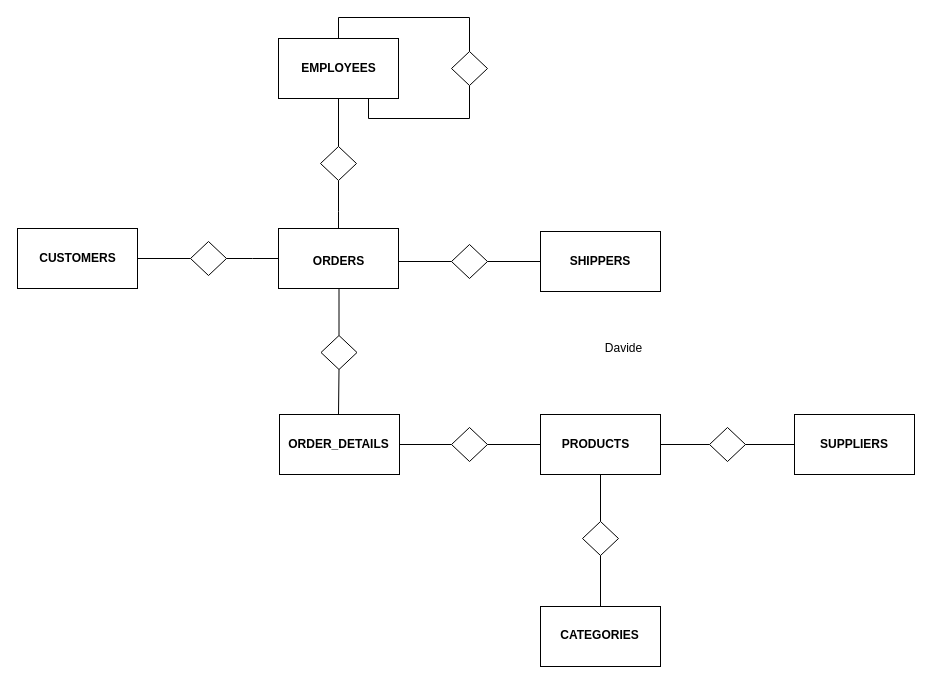
This is er_scheme.drawio from davideticchiarelli01/DWH-challenge, a draw.io file, before an edit. Source tidied: cells renumbered, new cells numbered last; positions are measured from the earlier drawing's top-left corner, leaving out a move shared by most shapes. Both pictures are drawn from the tidied source at 100%, with x=0, y=0 at pixel (17, 17).
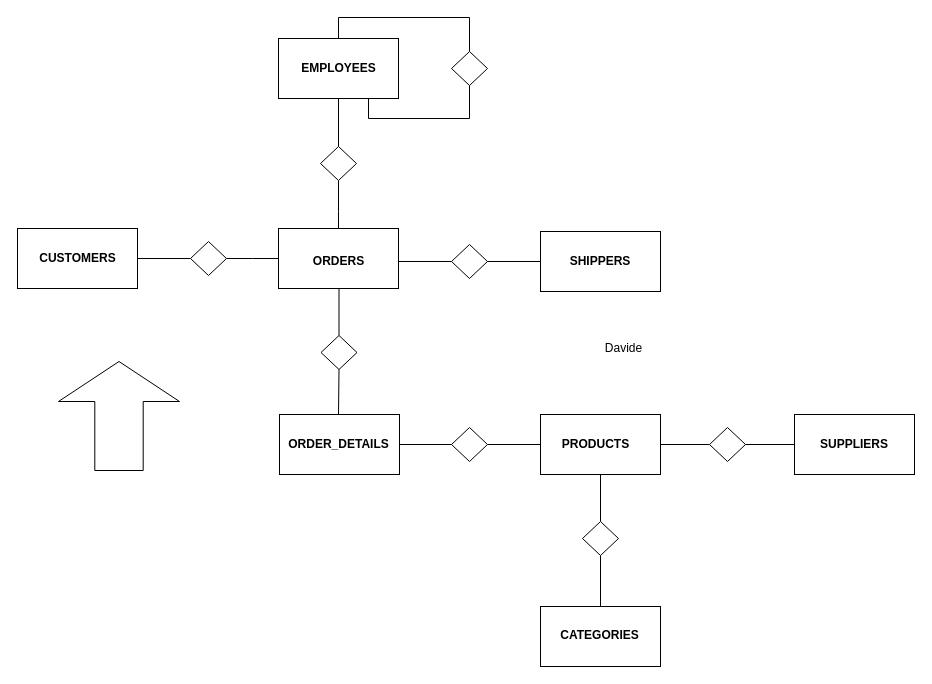
Above is the later version.

Diff of the diagram source:
```diff
@@
+    <mxCell id="43" style="html=1;shadow=0;dashed=0;align=center;verticalAlign=middle;shape=mxgraph.arrows2.arrow;dy=0.6;dx=40;direction=north;notch=0;" parent="1" vertex="1">
+      <mxGeometry x="41" y="344" width="121" height="109" as="geometry" />
+    </mxCell>
```
